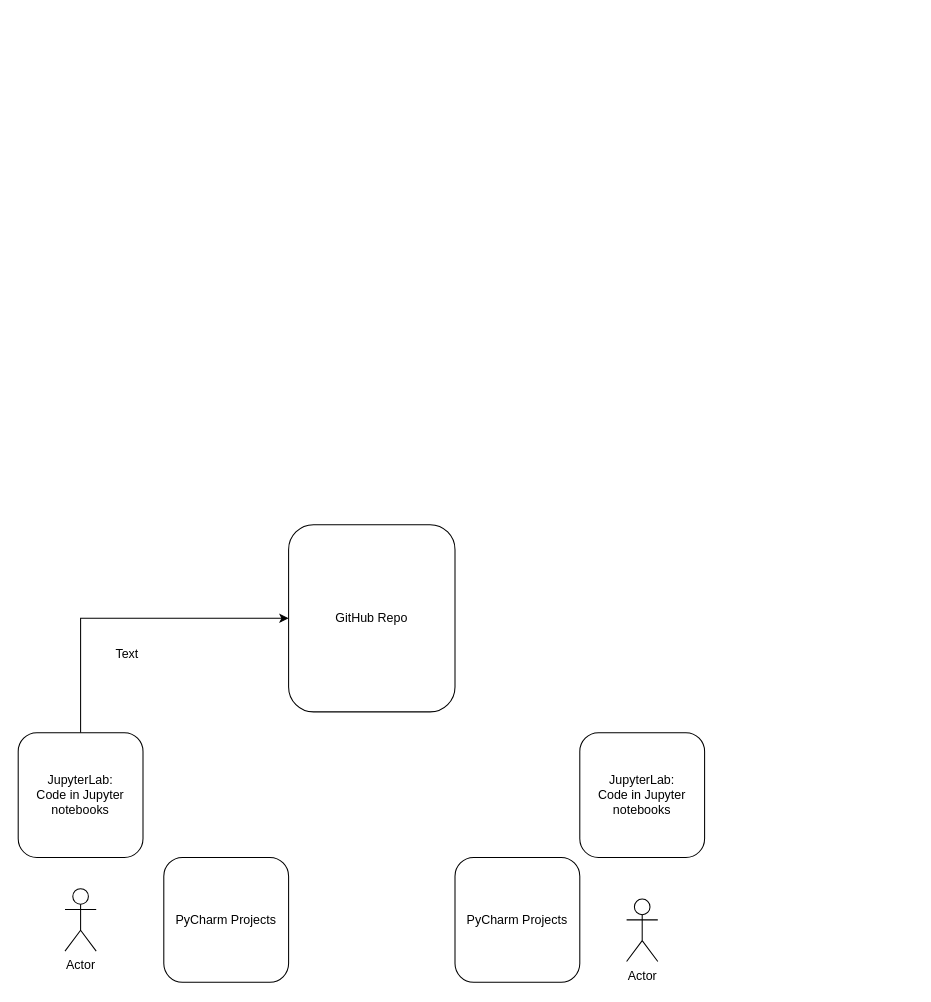
This is Untitled Diagram.drawio from MrBrain/coding_interview, a draw.io file, before an edit. Source tidied: cells renumbered, new cells numbered last; positions are measured from the earlier drawing's top-left corner, leaving out a move shared by most shapes. Both pictures are drawn from the tidied source at 104%, with x=0, y=0 at pixel (18, 524).
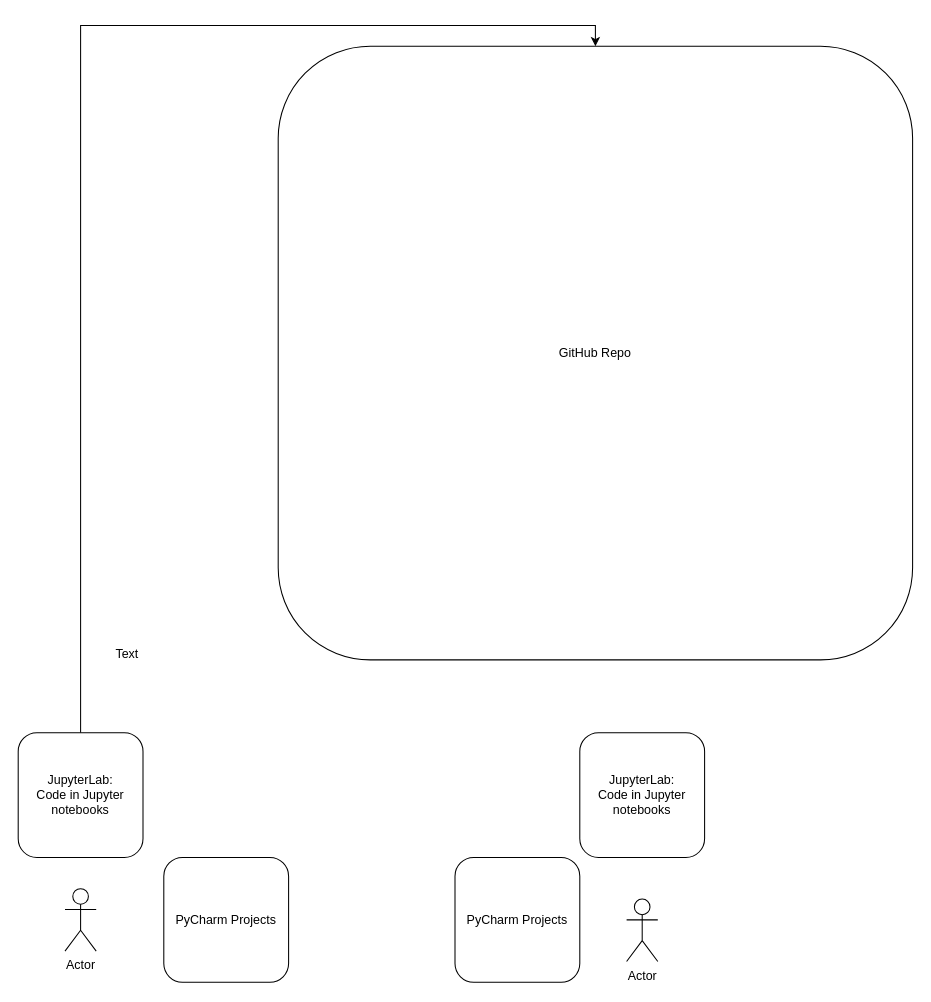
Above is the later version.

The edit, as a diff of the source:
```diff
@@
 <mxGraphModel>
   <root>
     <mxCell id="0" />
     <mxCell id="1" parent="0" />
     <mxCell id="2" value="Actor" style="shape=umlActor;verticalLabelPosition=bottom;verticalAlign=top;html=1;" parent="1" vertex="1">
       <mxGeometry x="45" y="350" width="30" height="60" as="geometry" />
     </mxCell>
     <mxCell id="3" style="edgeStyle=orthogonalEdgeStyle;rounded=0;jettySize=auto;html=1;exitX=0.5;exitY=0;exitDx=0;exitDy=0;entryX=0;entryY=0.5;entryDx=0;entryDy=0;" parent="1" edge="1" source="4" target="5">
       <mxGeometry relative="1" as="geometry" />
     </mxCell>
     <mxCell id="4" value="JupyterLab:&lt;br&gt;Code in Jupyter notebooks" style="rounded=1;whiteSpace=wrap;html=1;" parent="1" vertex="1">
       <mxGeometry y="200" width="120" height="120" as="geometry" />
     </mxCell>
-    <mxCell id="5" value="GitHub Repo" style="rounded=1;whiteSpace=wrap;html=1;" parent="1" vertex="1">
-      <mxGeometry x="260" width="160" height="180" as="geometry" />
+    <mxCell id="5" value="GitHub Repo" style="rounded=1;whiteSpace=wrap;html=1;direction=south;" parent="1" vertex="1">
+      <mxGeometry x="250" y="-460" width="610" height="590" as="geometry" />
     </mxCell>
     <mxCell id="6" value="PyCharm Projects" style="rounded=1;whiteSpace=wrap;html=1;" parent="1" vertex="1">
       <mxGeometry x="140" y="320" width="120" height="120" as="geometry" />
     </mxCell>
     <mxCell id="7" value="Actor" style="shape=umlActor;verticalLabelPosition=bottom;verticalAlign=top;html=1;" parent="1" vertex="1">
       <mxGeometry x="585" y="360" width="30" height="60" as="geometry" />
     </mxCell>
     <mxCell id="8" value="PyCharm Projects" style="rounded=1;whiteSpace=wrap;html=1;" parent="1" vertex="1">
       <mxGeometry x="420" y="320" width="120" height="120" as="geometry" />
     </mxCell>
     <mxCell id="9" value="JupyterLab:&lt;br&gt;Code in Jupyter notebooks" style="rounded=1;whiteSpace=wrap;html=1;" parent="1" vertex="1">
       <mxGeometry x="540" y="200" width="120" height="120" as="geometry" />
     </mxCell>
     <mxCell id="10" value="Text" style="text;html=1;strokeColor=none;fillColor=none;align=center;verticalAlign=middle;whiteSpace=wrap;rounded=0;" parent="1" vertex="1">
       <mxGeometry x="75" y="110" width="60" height="30" as="geometry" />
     </mxCell>
   </root>
 </mxGraphModel>
```
